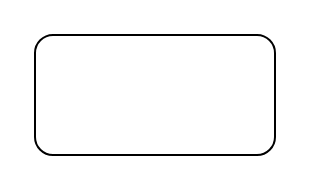
Above: Untitled Diagram.drawio in Nguyen-Dinh-Sang/BusinessInformationSystems (draw.io), before the change. Source tidied: cells renumbered, new cells numbered last; positions are measured from the earlier drawing's top-left corner, leaving out a move shared by most shapes. Both pictures are drawn from the tidied source at 200%, with x=0, y=0 at pixel (34, 34).
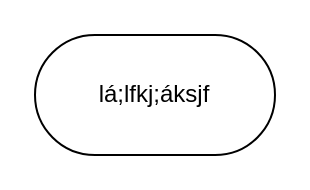
The same page after the edit.

The edit, as a diff of the source:
```diff
@@
 <mxGraphModel>
   <root>
     <mxCell id="0" />
     <mxCell id="1" parent="0" />
-    <mxCell id="2" style="rounded=1;whiteSpace=wrap;html=1;" parent="1" vertex="1">
+    <mxCell id="2" value="lá;lfkj;áksjf" style="rounded=1;whiteSpace=wrap;html=1;arcSize=50;" parent="1" vertex="1">
       <mxGeometry width="120" height="60" as="geometry" />
     </mxCell>
   </root>
 </mxGraphModel>
```
